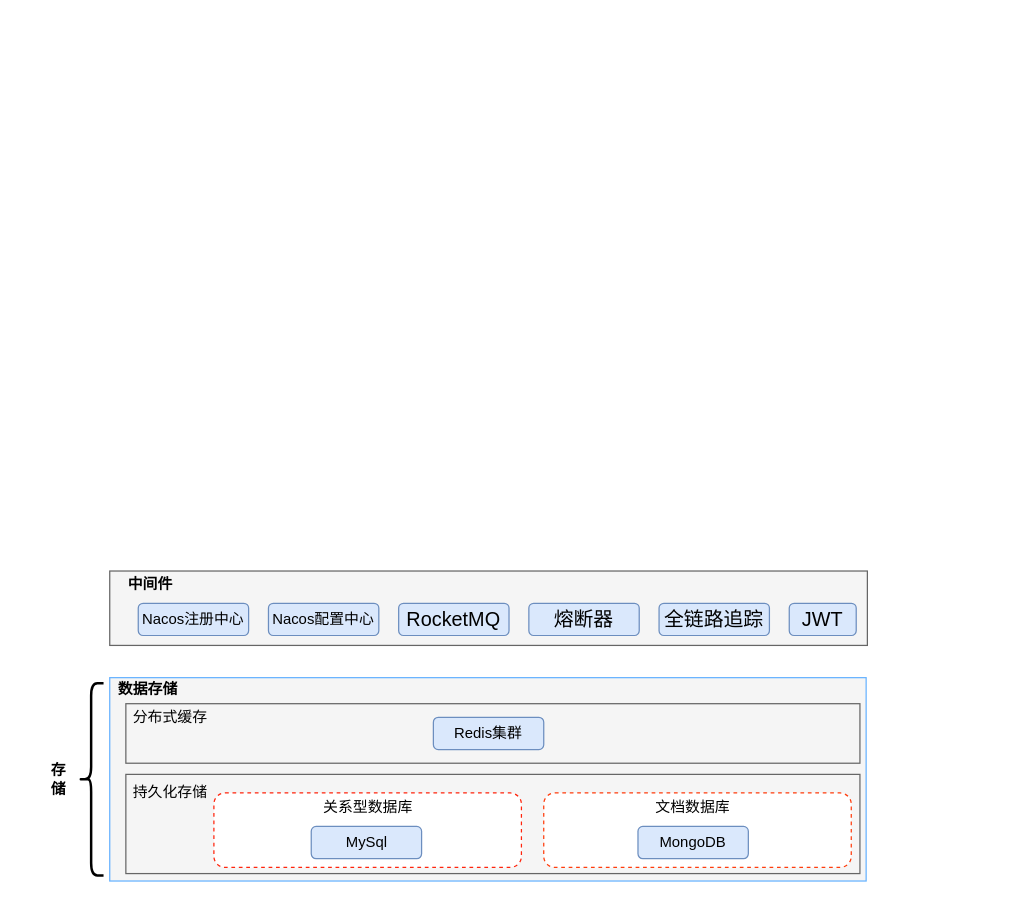
The draw.io diagram 汽车公司技术架构图-new.drawio in ammengke/my-drawio, before the edit. Source tidied: cells renumbered, new cells numbered last; positions are measured from the earlier drawing's top-left corner, leaving out a move shared by most shapes. Both pictures are drawn from the tidied source at 124%, with x=0, y=0 at pixel (21, 565).
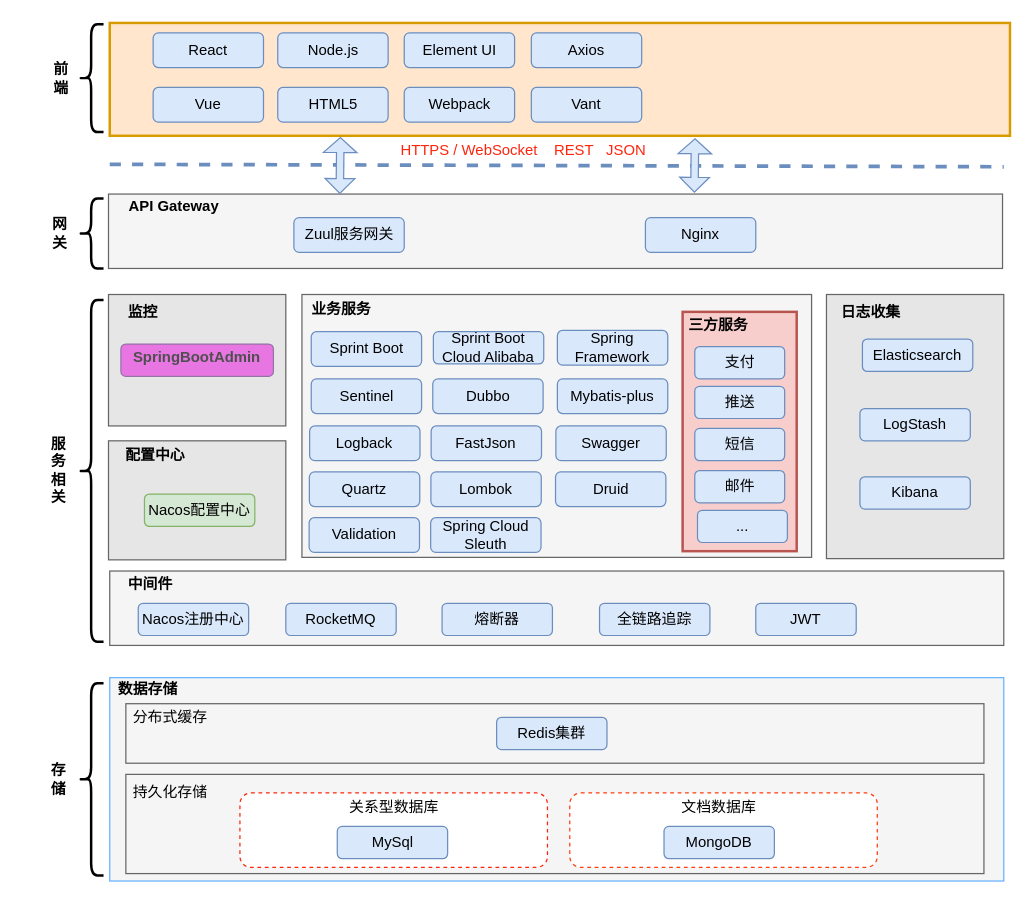
After the change.

Commit message (it also covers changes not shown here):
Update 汽车公司技术架构图-new.drawio

The edit, as a diff of the source:
```diff
@@
     <mxCell id="2" style="rounded=0;whiteSpace=wrap;html=1;strokeColor=#66B2FF;fillColor=#f5f5f5;fontColor=#333333;fontFamily=Helvetica;" parent="1" vertex="1">
-      <mxGeometry x="71" y="90" width="610" height="164" as="geometry" />
+      <mxGeometry x="71" y="90" width="721" height="164" as="geometry" />
     </mxCell>
     <mxCell id="3" style="rounded=0;whiteSpace=wrap;html=1;strokeColor=#666666;fillColor=#f5f5f5;fontColor=#333333;fontFamily=Helvetica;" parent="1" vertex="1">
-      <mxGeometry x="84" y="168" width="592" height="80" as="geometry" />
+      <mxGeometry x="84" y="168" width="692" height="80" as="geometry" />
     </mxCell>
     <mxCell id="4" style="rounded=1;whiteSpace=wrap;html=1;dashed=1;strokeColor=#FF250D;fontFamily=Helvetica;" parent="1" vertex="1">
-      <mxGeometry x="155" y="183" width="248" height="60" as="geometry" />
+      <mxGeometry x="176" y="183" width="248" height="60" as="geometry" />
     </mxCell>
     <mxCell id="5" style="rounded=1;whiteSpace=wrap;html=1;dashed=1;strokeColor=#FF3D0D;fontFamily=Helvetica;" parent="1" vertex="1">
-      <mxGeometry x="421" y="183" width="248" height="60" as="geometry" />
+      <mxGeometry x="442" y="183" width="248" height="60" as="geometry" />
     </mxCell>
     <mxCell id="6" value="关系型数据库" style="text;html=1;strokeColor=none;fillColor=none;align=center;verticalAlign=middle;whiteSpace=wrap;rounded=0;fontFamily=Helvetica;" parent="1" vertex="1">
-      <mxGeometry x="235.5" y="180" width="87" height="30" as="geometry" />
+      <mxGeometry x="256.5" y="180" width="87" height="30" as="geometry" />
     </mxCell>
     <mxCell id="7" value="文档数据库" style="text;html=1;strokeColor=none;fillColor=none;align=center;verticalAlign=middle;whiteSpace=wrap;rounded=0;fontFamily=Helvetica;" parent="1" vertex="1">
-      <mxGeometry x="498" y="180" width="87" height="30" as="geometry" />
+      <mxGeometry x="519" y="180" width="87" height="30" as="geometry" />
     </mxCell>
     <mxCell id="8" value="MySql" style="rounded=1;whiteSpace=wrap;html=1;strokeColor=#6c8ebf;fillColor=#dae8fc;fontFamily=Helvetica;" parent="1" vertex="1">
-      <mxGeometry x="233.5" y="210" width="89" height="26" as="geometry" />
+      <mxGeometry x="254.5" y="210" width="89" height="26" as="geometry" />
     </mxCell>
     <mxCell id="9" value="MongoDB" style="rounded=1;whiteSpace=wrap;html=1;strokeColor=#6c8ebf;fillColor=#dae8fc;fontFamily=Helvetica;" parent="1" vertex="1">
-      <mxGeometry x="497" y="210" width="89" height="26" as="geometry" />
+      <mxGeometry x="518" y="210" width="89" height="26" as="geometry" />
     </mxCell>
@@
     <mxCell id="11" style="rounded=0;whiteSpace=wrap;html=1;strokeColor=#666666;fillColor=#f5f5f5;fontColor=#333333;fontFamily=Helvetica;" parent="1" vertex="1">
-      <mxGeometry x="84" y="111" width="592" height="48" as="geometry" />
+      <mxGeometry x="84" y="111" width="692" height="48" as="geometry" />
     </mxCell>
@@
     <mxCell id="13" value="Redis集群" style="rounded=1;whiteSpace=wrap;html=1;strokeColor=#6c8ebf;fillColor=#dae8fc;fontFamily=Helvetica;" parent="1" vertex="1">
-      <mxGeometry x="332" y="122" width="89" height="26" as="geometry" />
+      <mxGeometry x="383" y="122" width="89" height="26" as="geometry" />
     </mxCell>
@@
     <mxCell id="17" style="rounded=0;whiteSpace=wrap;html=1;strokeColor=#666666;fillColor=#f5f5f5;fontColor=#333333;fontFamily=Helvetica;" parent="1" vertex="1">
-      <mxGeometry x="71" y="4" width="611" height="60" as="geometry" />
+      <mxGeometry x="71" y="4" width="721" height="60" as="geometry" />
     </mxCell>
@@
-    <mxCell id="20" value="Nacos配置中心" style="rounded=1;whiteSpace=wrap;html=1;strokeColor=#6c8ebf;fillColor=#dae8fc;fontFamily=Helvetica;" parent="1" vertex="1">
-      <mxGeometry x="199" y="30" width="89" height="26" as="geometry" />
-    </mxCell>
-    <mxCell id="21" value="&lt;p class=&quot;MsoNormal&quot;&gt;&lt;span style=&quot;font-size: 12.0000pt&quot;&gt;&lt;font&gt;RocketMQ&lt;/font&gt;&lt;/span&gt;&lt;/p&gt;" style="rounded=1;whiteSpace=wrap;html=1;strokeColor=#6c8ebf;fillColor=#dae8fc;fontFamily=Helvetica;" parent="1" vertex="1">
-      <mxGeometry x="304" y="30" width="89" height="26" as="geometry" />
+    <mxCell id="21" value="&lt;p class=&quot;MsoNormal&quot; style=&quot;font-size: 12px;&quot;&gt;&lt;span style=&quot;font-size: 12px;&quot;&gt;&lt;font style=&quot;font-size: 12px;&quot;&gt;RocketMQ&lt;/font&gt;&lt;/span&gt;&lt;/p&gt;" style="rounded=1;whiteSpace=wrap;html=1;strokeColor=#6c8ebf;fillColor=#dae8fc;fontFamily=Helvetica;fontSize=12;" parent="1" vertex="1">
+      <mxGeometry x="213" y="30" width="89" height="26" as="geometry" />
     </mxCell>
-    <mxCell id="22" value="&lt;p class=&quot;MsoNormal&quot;&gt;&lt;span style=&quot;font-size: 12.0000pt&quot;&gt;&lt;font&gt;熔断器&lt;/font&gt;&lt;/span&gt;&lt;/p&gt;" style="rounded=1;whiteSpace=wrap;html=1;strokeColor=#6c8ebf;fillColor=#dae8fc;fontFamily=Helvetica;" parent="1" vertex="1">
-      <mxGeometry x="409" y="30" width="89" height="26" as="geometry" />
+    <mxCell id="22" value="&lt;p class=&quot;MsoNormal&quot; style=&quot;font-size: 12px;&quot;&gt;&lt;span style=&quot;font-size: 12px;&quot;&gt;&lt;font style=&quot;font-size: 12px;&quot;&gt;熔断器&lt;/font&gt;&lt;/span&gt;&lt;/p&gt;" style="rounded=1;whiteSpace=wrap;html=1;strokeColor=#6c8ebf;fillColor=#dae8fc;fontFamily=Helvetica;verticalAlign=middle;fontSize=12;" parent="1" vertex="1">
+      <mxGeometry x="339" y="30" width="89" height="26" as="geometry" />
     </mxCell>
-    <mxCell id="23" value="&lt;p class=&quot;MsoNormal&quot;&gt;&lt;span style=&quot;font-size: 12.0000pt&quot;&gt;&lt;font&gt;全链路追踪&lt;/font&gt;&lt;/span&gt;&lt;/p&gt;" style="rounded=1;whiteSpace=wrap;html=1;strokeColor=#6c8ebf;fillColor=#dae8fc;fontFamily=Helvetica;" parent="1" vertex="1">
-      <mxGeometry x="514" y="30" width="89" height="26" as="geometry" />
+    <mxCell id="23" value="&lt;p class=&quot;MsoNormal&quot; style=&quot;font-size: 12px;&quot;&gt;&lt;span style=&quot;font-size: 12px;&quot;&gt;&lt;font style=&quot;font-size: 12px;&quot;&gt;全链路追踪&lt;/font&gt;&lt;/span&gt;&lt;/p&gt;" style="rounded=1;whiteSpace=wrap;html=1;strokeColor=#6c8ebf;fillColor=#dae8fc;fontFamily=Helvetica;verticalAlign=middle;fontSize=12;" parent="1" vertex="1">
+      <mxGeometry x="466" y="30" width="89" height="26" as="geometry" />
     </mxCell>
-    <mxCell id="24" value="&lt;p class=&quot;MsoNormal&quot;&gt;&lt;span style=&quot;font-size: 12.0000pt&quot;&gt;&lt;font&gt;JWT&lt;/font&gt;&lt;/span&gt;&lt;/p&gt;" style="rounded=1;whiteSpace=wrap;html=1;strokeColor=#6c8ebf;fillColor=#dae8fc;fontFamily=Helvetica;" parent="1" vertex="1">
-      <mxGeometry x="619" y="30" width="54" height="26" as="geometry" />
+    <mxCell id="24" value="&lt;p class=&quot;MsoNormal&quot; style=&quot;font-size: 12px;&quot;&gt;&lt;span style=&quot;font-size: 12px;&quot;&gt;&lt;font style=&quot;font-size: 12px;&quot;&gt;JWT&lt;/font&gt;&lt;/span&gt;&lt;/p&gt;" style="rounded=1;whiteSpace=wrap;html=1;strokeColor=#6c8ebf;fillColor=#dae8fc;fontFamily=Helvetica;fontSize=12;" parent="1" vertex="1">
+      <mxGeometry x="592" y="30" width="81" height="26" as="geometry" />
     </mxCell>
+    <mxCell id="25" style="rounded=0;whiteSpace=wrap;html=1;strokeColor=#666666;fillColor=#E6E6E6;fontColor=#333333;fontFamily=Helvetica;" parent="1" vertex="1">
+      <mxGeometry x="70" y="-219" width="143" height="106" as="geometry" />
+    </mxCell>
+    <mxCell id="26" value="监控" style="text;html=1;strokeColor=none;fillColor=none;align=center;verticalAlign=middle;whiteSpace=wrap;rounded=0;fontStyle=1;fontFamily=Helvetica;" parent="1" vertex="1">
+      <mxGeometry x="60" y="-219" width="76" height="30" as="geometry" />
+    </mxCell>
+    <mxCell id="27" value="&lt;h2 style=&quot;box-sizing: border-box; outline: 0px; margin: 8px 0px 16px; padding: 0px; color: rgb(79, 79, 79); line-height: 30px; overflow-wrap: break-word;&quot;&gt;&lt;font style=&quot;font-size: 12px&quot;&gt;SpringBootAdmin&lt;/font&gt;&lt;/h2&gt;" style="rounded=1;whiteSpace=wrap;html=1;strokeColor=#9673a6;fillColor=#E776E3;fontFamily=Helvetica;" parent="1" vertex="1">
+      <mxGeometry x="80" y="-179" width="123" height="26" as="geometry" />
+    </mxCell>
+    <mxCell id="28" style="rounded=0;whiteSpace=wrap;html=1;strokeColor=#666666;fillColor=#E6E6E6;fontColor=#333333;fontFamily=Helvetica;" parent="1" vertex="1">
+      <mxGeometry x="649" y="-219" width="143" height="213" as="geometry" />
+    </mxCell>
+    <mxCell id="29" value="日志收集" style="text;html=1;strokeColor=none;fillColor=none;align=center;verticalAlign=middle;whiteSpace=wrap;rounded=0;fontStyle=1;fontFamily=Helvetica;" parent="1" vertex="1">
+      <mxGeometry x="647" y="-219" width="76" height="30" as="geometry" />
+    </mxCell>
+    <mxCell id="30" value="Elasticsearch" style="rounded=1;whiteSpace=wrap;html=1;strokeColor=#6c8ebf;fillColor=#dae8fc;fontFamily=Helvetica;" parent="1" vertex="1">
+      <mxGeometry x="678" y="-183" width="89" height="26" as="geometry" />
+    </mxCell>
+    <mxCell id="31" value="LogStash" style="rounded=1;whiteSpace=wrap;html=1;strokeColor=#6c8ebf;fillColor=#dae8fc;fontFamily=Helvetica;" parent="1" vertex="1">
+      <mxGeometry x="676" y="-127" width="89" height="26" as="geometry" />
+    </mxCell>
+    <mxCell id="32" value="Kibana" style="rounded=1;whiteSpace=wrap;html=1;strokeColor=#6c8ebf;fillColor=#dae8fc;fontFamily=Helvetica;" parent="1" vertex="1">
+      <mxGeometry x="676" y="-72" width="89" height="26" as="geometry" />
+    </mxCell>
+    <mxCell id="33" style="rounded=0;whiteSpace=wrap;html=1;strokeColor=#666666;fillColor=#E6E6E6;fontColor=#333333;fontFamily=Helvetica;" parent="1" vertex="1">
+      <mxGeometry x="70" y="-101" width="143" height="96" as="geometry" />
+    </mxCell>
+    <mxCell id="20" value="Nacos配置中心" style="rounded=1;whiteSpace=wrap;html=1;strokeColor=#82b366;fillColor=#d5e8d4;fontFamily=Helvetica;" parent="1" vertex="1">
+      <mxGeometry x="99" y="-58" width="89" height="26" as="geometry" />
+    </mxCell>
+    <mxCell id="34" value="配置中心" style="text;html=1;strokeColor=none;fillColor=none;align=center;verticalAlign=middle;whiteSpace=wrap;rounded=0;fontStyle=1;fontFamily=Helvetica;" parent="1" vertex="1">
+      <mxGeometry x="70" y="-104" width="76" height="30" as="geometry" />
+    </mxCell>
+    <mxCell id="35" style="rounded=0;whiteSpace=wrap;html=1;strokeColor=#666666;fillColor=#f5f5f5;fontColor=#333333;fontFamily=Helvetica;" parent="1" vertex="1">
+      <mxGeometry x="226" y="-219" width="411" height="212" as="geometry" />
+    </mxCell>
+    <mxCell id="36" value="业务服务" style="text;html=1;strokeColor=none;fillColor=none;align=center;verticalAlign=middle;whiteSpace=wrap;rounded=0;fontStyle=1;fontFamily=Helvetica;" parent="1" vertex="1">
+      <mxGeometry x="219.5" y="-222" width="76" height="30" as="geometry" />
+    </mxCell>
+    <mxCell id="37" value="Sprint Boot" style="rounded=1;whiteSpace=wrap;html=1;strokeColor=#6c8ebf;fillColor=#dae8fc;fontFamily=Helvetica;" parent="1" vertex="1">
+      <mxGeometry x="233.5" y="-189" width="89" height="28" as="geometry" />
+    </mxCell>
+    <mxCell id="38" value="Sprint Boot&lt;br&gt;Cloud Alibaba" style="rounded=1;whiteSpace=wrap;html=1;strokeColor=#6c8ebf;fillColor=#dae8fc;fontFamily=Helvetica;" parent="1" vertex="1">
+      <mxGeometry x="332" y="-189" width="89" height="26" as="geometry" />
+    </mxCell>
+    <mxCell id="39" value="Spring&lt;br&gt;Framework" style="rounded=1;whiteSpace=wrap;html=1;strokeColor=#6c8ebf;fillColor=#dae8fc;fontFamily=Helvetica;" parent="1" vertex="1">
+      <mxGeometry x="432" y="-190" width="89" height="28" as="geometry" />
+    </mxCell>
+    <mxCell id="40" value="Dubbo" style="rounded=1;whiteSpace=wrap;html=1;strokeColor=#6c8ebf;fillColor=#dae8fc;fontFamily=Helvetica;" parent="1" vertex="1">
+      <mxGeometry x="331.5" y="-151" width="89" height="28" as="geometry" />
+    </mxCell>
+    <mxCell id="41" value="Mybatis-plus" style="rounded=1;whiteSpace=wrap;html=1;strokeColor=#6c8ebf;fillColor=#dae8fc;fontFamily=Helvetica;" parent="1" vertex="1">
+      <mxGeometry x="432" y="-151" width="89" height="28" as="geometry" />
+    </mxCell>
+    <mxCell id="42" value="Logback" style="rounded=1;whiteSpace=wrap;html=1;strokeColor=#6c8ebf;fillColor=#dae8fc;fontFamily=Helvetica;" parent="1" vertex="1">
+      <mxGeometry x="232.2" y="-113" width="89" height="28" as="geometry" />
+    </mxCell>
+    <mxCell id="43" value="FastJson" style="rounded=1;whiteSpace=wrap;html=1;strokeColor=#6c8ebf;fillColor=#dae8fc;fontFamily=Helvetica;" parent="1" vertex="1">
+      <mxGeometry x="330.2" y="-113" width="89" height="28" as="geometry" />
+    </mxCell>
+    <mxCell id="44" value="Swagger" style="rounded=1;whiteSpace=wrap;html=1;strokeColor=#6c8ebf;fillColor=#dae8fc;fontFamily=Helvetica;" parent="1" vertex="1">
+      <mxGeometry x="430.8" y="-113" width="89" height="28" as="geometry" />
+    </mxCell>
+    <mxCell id="45" value="Quartz" style="rounded=1;whiteSpace=wrap;html=1;strokeColor=#6c8ebf;fillColor=#dae8fc;fontFamily=Helvetica;" parent="1" vertex="1">
+      <mxGeometry x="232" y="-76" width="89" height="28" as="geometry" />
+    </mxCell>
+    <mxCell id="46" value="Lombok" style="rounded=1;whiteSpace=wrap;html=1;strokeColor=#6c8ebf;fillColor=#dae8fc;fontFamily=Helvetica;" parent="1" vertex="1">
+      <mxGeometry x="330" y="-76" width="89" height="28" as="geometry" />
+    </mxCell>
+    <mxCell id="47" value="Druid" style="rounded=1;whiteSpace=wrap;html=1;strokeColor=#6c8ebf;fillColor=#dae8fc;fontFamily=Helvetica;" parent="1" vertex="1">
+      <mxGeometry x="430.5" y="-76" width="89" height="28" as="geometry" />
+    </mxCell>
+    <mxCell id="48" value="Validation" style="rounded=1;whiteSpace=wrap;html=1;strokeColor=#6c8ebf;fillColor=#dae8fc;fontFamily=Helvetica;" parent="1" vertex="1">
+      <mxGeometry x="231.8" y="-39" width="89" height="28" as="geometry" />
+    </mxCell>
+    <mxCell id="49" value="Spring Cloud Sleuth" style="rounded=1;whiteSpace=wrap;html=1;strokeColor=#6c8ebf;fillColor=#dae8fc;fontFamily=Helvetica;" parent="1" vertex="1">
+      <mxGeometry x="329.8" y="-39" width="89" height="28" as="geometry" />
+    </mxCell>
+    <mxCell id="50" value="Sentinel" style="rounded=1;whiteSpace=wrap;html=1;strokeColor=#6c8ebf;fillColor=#dae8fc;fontFamily=Helvetica;" parent="1" vertex="1">
+      <mxGeometry x="233.5" y="-151" width="89" height="28" as="geometry" />
+    </mxCell>
+    <mxCell id="51" style="rounded=0;whiteSpace=wrap;html=1;fontFamily=Helvetica;fontSize=12;strokeColor=#b85450;strokeWidth=2;fillColor=#f8cecc;" parent="1" vertex="1">
+      <mxGeometry x="533" y="-205" width="92" height="193" as="geometry" />
+    </mxCell>
+    <mxCell id="52" value="三方服务" style="text;html=1;strokeColor=none;fillColor=none;align=center;verticalAlign=middle;whiteSpace=wrap;rounded=0;fontStyle=1;fontFamily=Helvetica;" parent="1" vertex="1">
+      <mxGeometry x="524" y="-209" width="76" height="30" as="geometry" />
+    </mxCell>
+    <mxCell id="53" value="支付" style="rounded=1;whiteSpace=wrap;html=1;strokeColor=#6c8ebf;fillColor=#dae8fc;fontFamily=Helvetica;" parent="1" vertex="1">
+      <mxGeometry x="542.8" y="-177" width="72.5" height="26" as="geometry" />
+    </mxCell>
+    <mxCell id="54" value="推送" style="rounded=1;whiteSpace=wrap;html=1;strokeColor=#6c8ebf;fillColor=#dae8fc;fontFamily=Helvetica;" parent="1" vertex="1">
+      <mxGeometry x="542.8" y="-145" width="72.5" height="26" as="geometry" />
+    </mxCell>
+    <mxCell id="55" value="短信" style="rounded=1;whiteSpace=wrap;html=1;strokeColor=#6c8ebf;fillColor=#dae8fc;fontFamily=Helvetica;" parent="1" vertex="1">
+      <mxGeometry x="542.8" y="-111" width="72.5" height="26" as="geometry" />
+    </mxCell>
+    <mxCell id="56" value="邮件" style="rounded=1;whiteSpace=wrap;html=1;strokeColor=#6c8ebf;fillColor=#dae8fc;fontFamily=Helvetica;" parent="1" vertex="1">
+      <mxGeometry x="542.8" y="-77" width="72.5" height="26" as="geometry" />
+    </mxCell>
+    <mxCell id="57" value="..." style="rounded=1;whiteSpace=wrap;html=1;strokeColor=#6c8ebf;fillColor=#dae8fc;fontFamily=Helvetica;" parent="1" vertex="1">
+      <mxGeometry x="545" y="-45" width="72.5" height="26" as="geometry" />
+    </mxCell>
+    <mxCell id="58" style="shape=curlyBracket;whiteSpace=wrap;html=1;rounded=1;strokeColor=#000000;fontStyle=1;strokeWidth=2;fontFamily=Helvetica;" parent="1" vertex="1">
+      <mxGeometry x="46" y="-214.5" width="20" height="275.5" as="geometry" />
+    </mxCell>
+    <mxCell id="59" value="服&lt;br&gt;务&lt;br&gt;相&lt;br&gt;关" style="text;html=1;strokeColor=none;fillColor=none;align=center;verticalAlign=middle;whiteSpace=wrap;rounded=0;fontStyle=1;fontFamily=Helvetica;" parent="1" vertex="1">
+      <mxGeometry y="-91.8" width="60" height="30" as="geometry" />
+    </mxCell>
+    <mxCell id="60" style="rounded=0;whiteSpace=wrap;html=1;strokeColor=#666666;fillColor=#f5f5f5;fontColor=#333333;fontFamily=Helvetica;" parent="1" vertex="1">
+      <mxGeometry x="70" y="-300" width="721" height="60" as="geometry" />
+    </mxCell>
+    <mxCell id="61" value="API Gateway" style="text;html=1;strokeColor=none;fillColor=none;align=center;verticalAlign=middle;whiteSpace=wrap;rounded=0;fontFamily=Helvetica;fontSize=12;fontStyle=1;" parent="1" vertex="1">
+      <mxGeometry x="74" y="-305" width="98" height="30" as="geometry" />
+    </mxCell>
+    <mxCell id="62" value="Zuul服务网关" style="rounded=1;whiteSpace=wrap;html=1;strokeColor=#6c8ebf;fillColor=#dae8fc;fontFamily=Helvetica;" parent="1" vertex="1">
+      <mxGeometry x="219.5" y="-281" width="89" height="28" as="geometry" />
+    </mxCell>
+    <mxCell id="63" value="Nginx" style="rounded=1;whiteSpace=wrap;html=1;strokeColor=#6c8ebf;fillColor=#dae8fc;fontFamily=Helvetica;" parent="1" vertex="1">
+      <mxGeometry x="503" y="-281" width="89" height="28" as="geometry" />
+    </mxCell>
+    <mxCell id="64" style="shape=curlyBracket;whiteSpace=wrap;html=1;rounded=1;strokeColor=#000000;fontStyle=1;strokeWidth=2;fontFamily=Helvetica;" parent="1" vertex="1">
+      <mxGeometry x="46" y="-296.5" width="20" height="56.5" as="geometry" />
+    </mxCell>
+    <mxCell id="65" value="网&lt;br&gt;关" style="text;html=1;strokeColor=none;fillColor=none;align=center;verticalAlign=middle;whiteSpace=wrap;rounded=0;fontStyle=1;fontFamily=Helvetica;" parent="1" vertex="1">
+      <mxGeometry x="1" y="-283.2" width="60" height="30" as="geometry" />
+    </mxCell>
+    <mxCell id="66" style="endArrow=none;dashed=1;html=1;rounded=0;fontFamily=Helvetica;fontSize=12;strokeWidth=3;fillColor=#dae8fc;strokeColor=#6c8ebf;" parent="1" edge="1">
+      <mxGeometry relative="1" as="geometry">
+        <mxPoint x="71" y="-324" as="sourcePoint" />
+        <mxPoint x="792" y="-322" as="targetPoint" />
+      </mxGeometry>
+    </mxCell>
+    <mxCell id="67" style="shape=flexArrow;endArrow=classic;startArrow=classic;html=1;rounded=0;fontFamily=Helvetica;fontSize=12;strokeWidth=1;fillColor=#dae8fc;strokeColor=#6c8ebf;width=6;endSize=3.67;startWidth=17;startSize=3.67;" parent="1" edge="1">
+      <mxGeometry relative="1" as="geometry">
+        <mxPoint x="256.5" y="-300" as="sourcePoint" />
+        <mxPoint x="257" y="-346" as="targetPoint" />
+      </mxGeometry>
+    </mxCell>
+    <mxCell id="68" style="shape=flexArrow;endArrow=classic;startArrow=classic;html=1;rounded=0;fontFamily=Helvetica;fontSize=12;strokeWidth=1;fillColor=#dae8fc;strokeColor=#6c8ebf;width=6;endSize=3.67;startWidth=17;startSize=3.67;" parent="1" edge="1">
+      <mxGeometry relative="1" as="geometry">
+        <mxPoint x="542.5" y="-301" as="sourcePoint" />
+        <mxPoint x="543" y="-345" as="targetPoint" />
+      </mxGeometry>
+    </mxCell>
+    <mxCell id="69" style="rounded=0;whiteSpace=wrap;html=1;fontFamily=Helvetica;fontSize=12;strokeColor=#d79b00;strokeWidth=2;fillColor=#ffe6cc;" parent="1" vertex="1">
+      <mxGeometry x="71" y="-438" width="726" height="91" as="geometry" />
+    </mxCell>
+    <mxCell id="70" style="shape=curlyBracket;whiteSpace=wrap;html=1;rounded=1;strokeColor=#000000;fontStyle=1;strokeWidth=2;fontFamily=Helvetica;" parent="1" vertex="1">
+      <mxGeometry x="46" y="-437" width="20" height="87" as="geometry" />
+    </mxCell>
+    <mxCell id="71" value="前&lt;br&gt;端" style="text;html=1;strokeColor=none;fillColor=none;align=center;verticalAlign=middle;whiteSpace=wrap;rounded=0;fontStyle=1;fontFamily=Helvetica;" parent="1" vertex="1">
+      <mxGeometry x="2" y="-408.5" width="60" height="30" as="geometry" />
+    </mxCell>
+    <mxCell id="72" value="React" style="rounded=1;whiteSpace=wrap;html=1;strokeColor=#6c8ebf;fillColor=#dae8fc;fontFamily=Helvetica;" parent="1" vertex="1">
+      <mxGeometry x="106" y="-430" width="89" height="28" as="geometry" />
+    </mxCell>
+    <mxCell id="73" value="Vue" style="rounded=1;whiteSpace=wrap;html=1;strokeColor=#6c8ebf;fillColor=#dae8fc;fontFamily=Helvetica;" parent="1" vertex="1">
+      <mxGeometry x="106" y="-386" width="89" height="28" as="geometry" />
+    </mxCell>
+    <mxCell id="74" value="Node.js" style="rounded=1;whiteSpace=wrap;html=1;strokeColor=#6c8ebf;fillColor=#dae8fc;fontFamily=Helvetica;" parent="1" vertex="1">
+      <mxGeometry x="206.5" y="-430" width="89" height="28" as="geometry" />
+    </mxCell>
+    <mxCell id="75" value="HTML5" style="rounded=1;whiteSpace=wrap;html=1;strokeColor=#6c8ebf;fillColor=#dae8fc;fontFamily=Helvetica;" parent="1" vertex="1">
+      <mxGeometry x="206.5" y="-386" width="89" height="28" as="geometry" />
+    </mxCell>
+    <mxCell id="76" value="Element UI" style="rounded=1;whiteSpace=wrap;html=1;strokeColor=#6c8ebf;fillColor=#dae8fc;fontFamily=Helvetica;" parent="1" vertex="1">
+      <mxGeometry x="308.5" y="-430" width="89" height="28" as="geometry" />
+    </mxCell>
+    <mxCell id="77" value="Webpack" style="rounded=1;whiteSpace=wrap;html=1;strokeColor=#6c8ebf;fillColor=#dae8fc;fontFamily=Helvetica;" parent="1" vertex="1">
+      <mxGeometry x="308.5" y="-386" width="89" height="28" as="geometry" />
+    </mxCell>
+    <mxCell id="78" value="Axios" style="rounded=1;whiteSpace=wrap;html=1;strokeColor=#6c8ebf;fillColor=#dae8fc;fontFamily=Helvetica;" parent="1" vertex="1">
+      <mxGeometry x="411" y="-430" width="89" height="28" as="geometry" />
+    </mxCell>
+    <mxCell id="79" value="Vant" style="rounded=1;whiteSpace=wrap;html=1;strokeColor=#6c8ebf;fillColor=#dae8fc;fontFamily=Helvetica;" parent="1" vertex="1">
+      <mxGeometry x="411" y="-386" width="89" height="28" as="geometry" />
+    </mxCell>
+    <mxCell id="80" value="HTTPS / WebSocket&amp;nbsp; &amp;nbsp; REST&amp;nbsp; &amp;nbsp;JSON&amp;nbsp;" style="text;html=1;strokeColor=none;fillColor=none;align=center;verticalAlign=middle;whiteSpace=wrap;rounded=0;fontFamily=Helvetica;fontSize=12;fontColor=#FF250D;" parent="1" vertex="1">
+      <mxGeometry x="288" y="-350" width="237" height="30" as="geometry" />
+    </mxCell>
```
